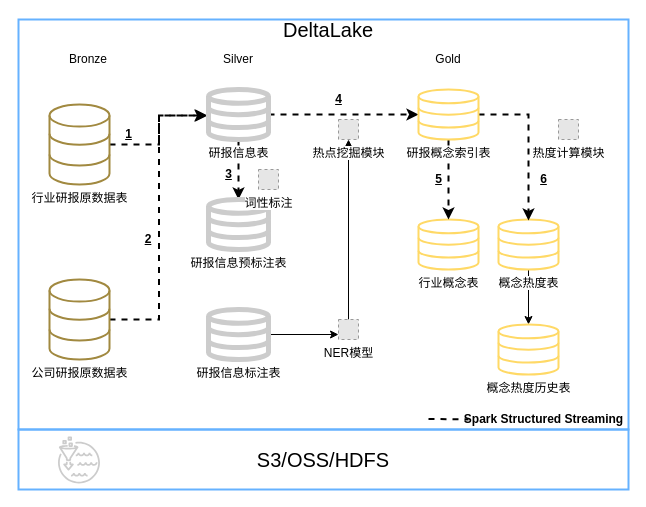
The draw.io diagram tupian/三层表.drawio in JJFatherL/biyesheji, before the edit. Source tidied: cells renumbered, new cells numbered last; positions are measured from the earlier drawing's top-left corner, leaving out a move shared by most shapes. Both pictures are drawn from the tidied source at 100%, with x=0, y=0 at pixel (18, 19). Pictures stored in the file or linked from it are replaced by grey dashed boxes.
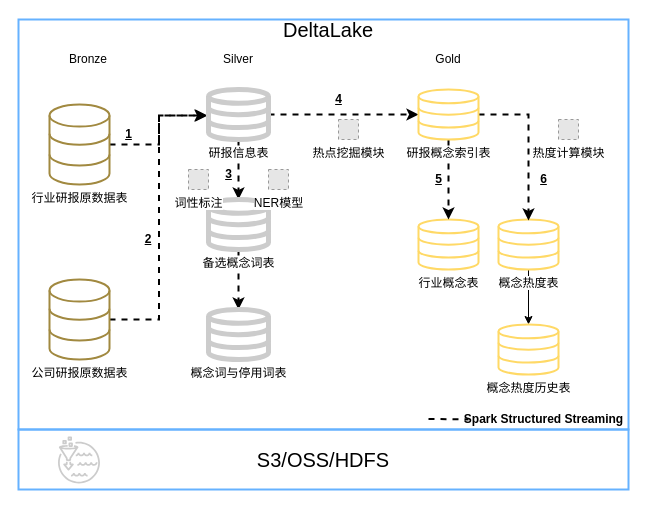
Above is the later version.

Commit message:
更新三层表.drawio

Unchanged cells that the change refers to:
```xml
<mxCell id="31" value="热点挖掘模块" style="fillColor=#E6E6E6;strokeColor=#999999;dashed=1;html=1;verticalAlign=top;verticalLabelPosition=bottom;labelBackgroundColor=#ffffff;" parent="1" vertex="1">
  <mxGeometry x="320" y="100" width="20" height="20" as="geometry" />
</mxCell>
```

Change to the diagram source:
```diff
@@
+    <mxCell id="40" style="edgeStyle=orthogonalEdgeStyle;rounded=0;jettySize=auto;html=1;entryX=0.5;entryY=0;entryDx=0;entryDy=0;entryPerimeter=0;dashed=1;strokeWidth=2;" parent="1" edge="1" source="24" target="27">
+      <mxGeometry relative="1" as="geometry" />
+    </mxCell>
-    <mxCell id="24" value="研报信息预标注表" style="html=1;verticalLabelPosition=bottom;align=center;labelBackgroundColor=#ffffff;verticalAlign=top;strokeWidth=5;shadow=0;shape=mxgraph.ios7.icons.data;strokeColor=#CCCCCC;" parent="1" vertex="1">
+    <mxCell id="24" value="备选概念词表" style="html=1;verticalLabelPosition=bottom;align=center;labelBackgroundColor=#ffffff;verticalAlign=top;strokeWidth=5;shadow=0;shape=mxgraph.ios7.icons.data;strokeColor=#CCCCCC;" parent="1" vertex="1">
       <mxGeometry x="190" y="180" width="60" height="50" as="geometry" />
     </mxCell>
@@
-    <mxCell id="26" style="edgeStyle=orthogonalEdgeStyle;rounded=0;jettySize=auto;html=1;entryX=0;entryY=0.75;entryDx=0;entryDy=0;endArrow=classic;endFill=1;strokeWidth=1;" parent="1" edge="1" source="27" target="30">
-      <mxGeometry relative="1" as="geometry" />
-    </mxCell>
-    <mxCell id="27" value="研报信息标注表" style="html=1;verticalLabelPosition=bottom;align=center;labelBackgroundColor=#ffffff;verticalAlign=top;strokeWidth=5;shadow=0;shape=mxgraph.ios7.icons.data;strokeColor=#CCCCCC;" parent="1" vertex="1">
+    <mxCell id="27" value="概念词与停用词表" style="html=1;verticalLabelPosition=bottom;align=center;labelBackgroundColor=#ffffff;verticalAlign=top;strokeWidth=5;shadow=0;shape=mxgraph.ios7.icons.data;strokeColor=#CCCCCC;" parent="1" vertex="1">
       <mxGeometry x="190" y="290" width="60" height="50" as="geometry" />
     </mxCell>
     <mxCell id="28" value="词性标注" style="fillColor=#E6E6E6;strokeColor=#999999;dashed=1;html=1;verticalAlign=top;verticalLabelPosition=bottom;labelBackgroundColor=#ffffff;" parent="1" vertex="1">
-      <mxGeometry x="240" y="150" width="20" height="20" as="geometry" />
+      <mxGeometry x="170" y="150" width="20" height="20" as="geometry" />
     </mxCell>
-    <mxCell id="29" style="edgeStyle=orthogonalEdgeStyle;rounded=0;jettySize=auto;html=1;entryX=0.5;entryY=1;entryDx=0;entryDy=0;endArrow=classic;endFill=1;strokeWidth=1;" parent="1" edge="1" source="30" target="31">
-      <mxGeometry relative="1" as="geometry" />
-    </mxCell>
     <mxCell id="30" value="NER模型" style="fillColor=#E6E6E6;strokeColor=#999999;dashed=1;html=1;verticalAlign=top;verticalLabelPosition=bottom;labelBackgroundColor=#ffffff;" parent="1" vertex="1">
-      <mxGeometry x="320" y="300" width="20" height="20" as="geometry" />
+      <mxGeometry x="250" y="150" width="20" height="20" as="geometry" />
     </mxCell>
```
